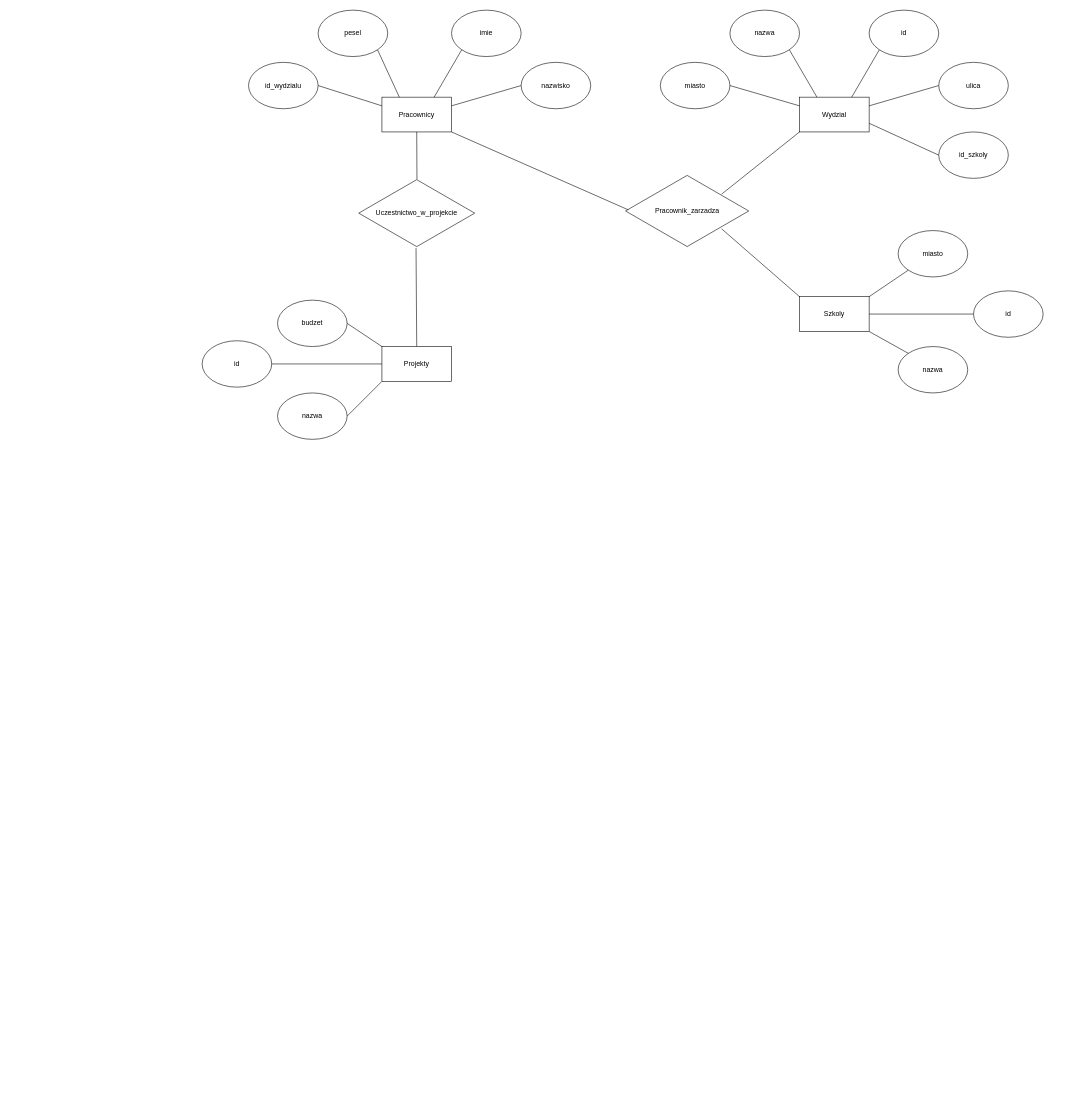
Before: page "Zadanie1" (1 of 4) of excersises/zad_7_ER.drawio in kinsin5/Wprowadzenie_do_baz_danych, a draw.io diagram. Source tidied: cells renumbered, new cells numbered last; positions are measured from the earlier drawing's top-left corner, leaving out a move shared by most shapes. Both pictures are drawn from the tidied source at 58%, with x=0, y=0 at pixel (202, 10).
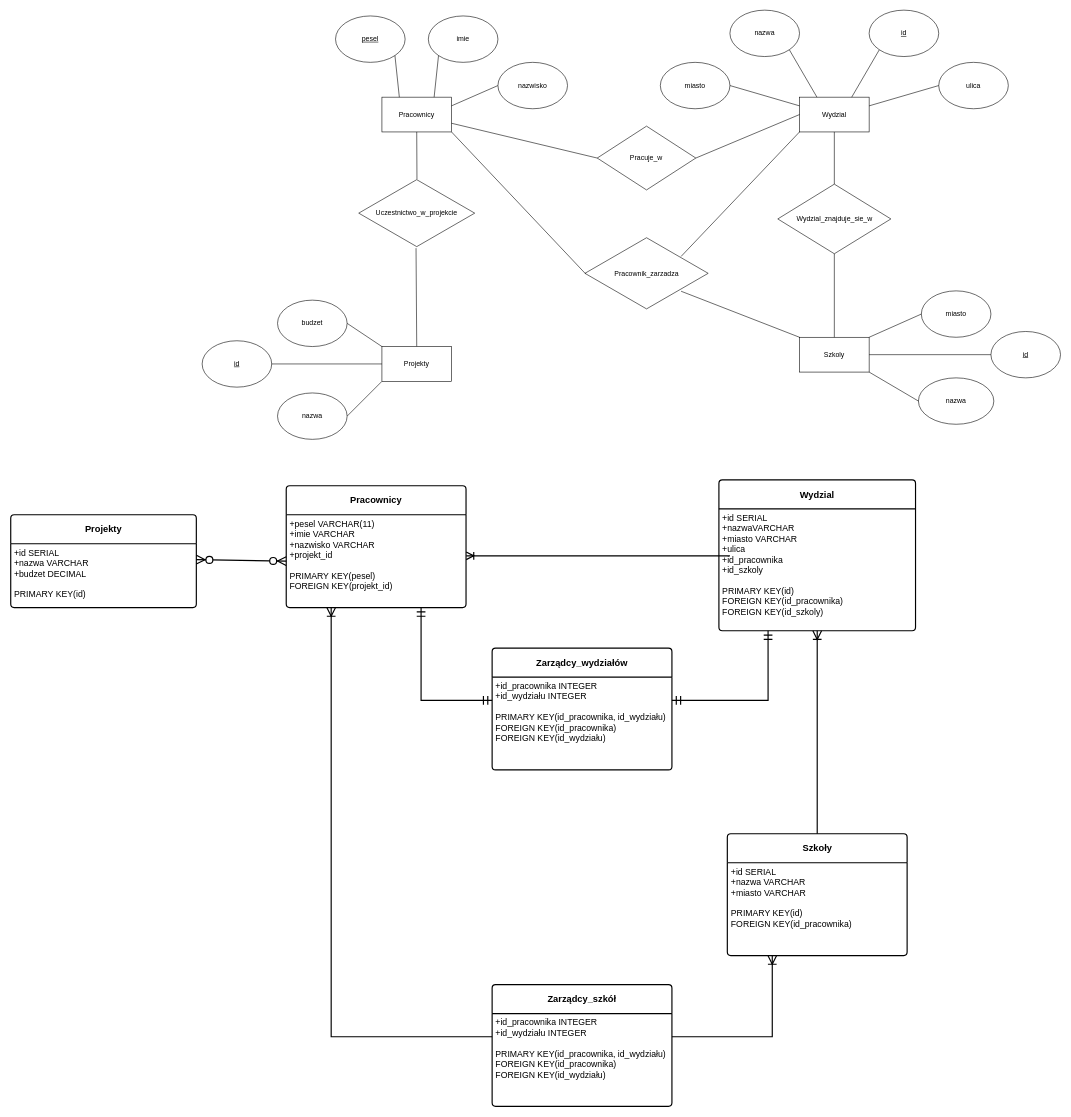
Above is the later version.

Unchanged cells that the change refers to:
```xml
<mxCell id="2" value="Pracownicy" style="rounded=0;whiteSpace=wrap;html=1;" parent="1" vertex="1">
  <mxGeometry x="310" y="150" width="120" height="60" as="geometry" />
</mxCell>
<mxCell id="11" value="Wydzial" style="rounded=0;whiteSpace=wrap;html=1;" parent="1" vertex="1">
  <mxGeometry x="1030" y="150" width="120" height="60" as="geometry" />
</mxCell>
```

The edit, as a diff of the source:
```diff
@@
-    <mxCell id="3" value="pesel" style="ellipse;whiteSpace=wrap;html=1;" parent="1" vertex="1">
-      <mxGeometry x="200" width="120" height="80" as="geometry" />
+    <mxCell id="3" value="&lt;u&gt;pesel&lt;/u&gt;" style="ellipse;whiteSpace=wrap;html=1;" parent="1" vertex="1">
+      <mxGeometry x="230" y="10" width="120" height="80" as="geometry" />
     </mxCell>
@@
     <mxCell id="5" value="imie" style="ellipse;whiteSpace=wrap;html=1;" parent="1" vertex="1">
-      <mxGeometry x="430" width="120" height="80" as="geometry" />
+      <mxGeometry x="390" y="10" width="120" height="80" as="geometry" />
     </mxCell>
@@
     <mxCell id="8" value="nazwisko" style="ellipse;whiteSpace=wrap;html=1;" parent="1" vertex="1">
-      <mxGeometry x="550" y="90" width="120" height="80" as="geometry" />
+      <mxGeometry x="510" y="90" width="120" height="80" as="geometry" />
     </mxCell>
-    <mxCell id="9" value="id_wydzialu" style="ellipse;whiteSpace=wrap;html=1;" parent="1" vertex="1">
-      <mxGeometry x="80" y="90" width="120" height="80" as="geometry" />
-    </mxCell>
-    <mxCell id="10" style="endArrow=none;html=1;rounded=0;entryX=1;entryY=0.5;entryDx=0;entryDy=0;exitX=0;exitY=0.25;exitDx=0;exitDy=0;" parent="1" edge="1" source="2" target="9">
-      <mxGeometry relative="1" as="geometry" />
-    </mxCell>
@@
-    <mxCell id="13" value="id" style="ellipse;whiteSpace=wrap;html=1;" parent="1" vertex="1">
+    <mxCell id="13" value="&lt;u&gt;id&lt;/u&gt;" style="ellipse;whiteSpace=wrap;html=1;" parent="1" vertex="1">
       <mxGeometry x="1150" width="120" height="80" as="geometry" />
     </mxCell>
@@
-    <mxCell id="20" value="id_szkoly" style="ellipse;whiteSpace=wrap;html=1;" parent="1" vertex="1">
-      <mxGeometry x="1270" y="210" width="120" height="80" as="geometry" />
-    </mxCell>
-    <mxCell id="21" style="endArrow=none;html=1;rounded=0;entryX=0;entryY=0.5;entryDx=0;entryDy=0;exitX=1;exitY=0.75;exitDx=0;exitDy=0;" parent="1" edge="1" source="11" target="20">
-      <mxGeometry relative="1" as="geometry" />
-    </mxCell>
@@
     <mxCell id="23" value="Szkoly" style="rounded=0;whiteSpace=wrap;html=1;" parent="1" vertex="1">
-      <mxGeometry x="1030" y="494" width="120" height="60" as="geometry" />
+      <mxGeometry x="1030" y="564" width="120" height="60" as="geometry" />
     </mxCell>
-    <mxCell id="24" value="id" style="ellipse;whiteSpace=wrap;html=1;" parent="1" vertex="1">
-      <mxGeometry x="1330" y="484" width="120" height="80" as="geometry" />
+    <mxCell id="24" value="&lt;u&gt;id&lt;/u&gt;" style="ellipse;whiteSpace=wrap;html=1;" parent="1" vertex="1">
+      <mxGeometry x="1360" y="554" width="120" height="80" as="geometry" />
     </mxCell>
     <mxCell id="25" value="miasto" style="ellipse;whiteSpace=wrap;html=1;" parent="1" vertex="1">
-      <mxGeometry x="1200" y="380" width="120" height="80" as="geometry" />
+      <mxGeometry x="1240" y="484" width="120" height="80" as="geometry" />
     </mxCell>
     <mxCell id="26" value="nazwa" style="ellipse;whiteSpace=wrap;html=1;" parent="1" vertex="1">
-      <mxGeometry x="1200" y="580" width="120" height="80" as="geometry" />
+      <mxGeometry x="1235" y="634" width="130" height="80" as="geometry" />
     </mxCell>
@@
-    <mxCell id="33" value="id" style="ellipse;whiteSpace=wrap;html=1;" parent="1" vertex="1">
+    <mxCell id="33" value="&lt;u&gt;id&lt;/u&gt;" style="ellipse;whiteSpace=wrap;html=1;" parent="1" vertex="1">
       <mxGeometry y="570" width="120" height="80" as="geometry" />
     </mxCell>
@@
     <mxCell id="36" value="Pracownik_zarzadza" style="html=1;whiteSpace=wrap;shape=isoRectangle;" parent="1" vertex="1">
-      <mxGeometry x="730" y="282.5" width="212.5" height="127.5" as="geometry" />
+      <mxGeometry x="660" y="390" width="212.5" height="127.5" as="geometry" />
     </mxCell>
@@
-    <mxCell id="39" style="endArrow=none;html=1;rounded=0;exitX=0;exitY=1;exitDx=0;exitDy=0;entryX=1;entryY=0;entryDx=0;entryDy=0;" parent="1" edge="1" source="25" target="23">
+    <mxCell id="39" style="endArrow=none;html=1;rounded=0;exitX=0;exitY=0.5;exitDx=0;exitDy=0;entryX=1;entryY=0;entryDx=0;entryDy=0;" parent="1" edge="1" source="25" target="23">
       <mxGeometry relative="1" as="geometry" />
     </mxCell>
-    <mxCell id="40" style="endArrow=none;html=1;rounded=0;exitX=1;exitY=1;exitDx=0;exitDy=0;entryX=0;entryY=0;entryDx=0;entryDy=0;" parent="1" edge="1" source="23" target="26">
+    <mxCell id="40" style="endArrow=none;html=1;rounded=0;exitX=1;exitY=1;exitDx=0;exitDy=0;entryX=0;entryY=0.5;entryDx=0;entryDy=0;" parent="1" edge="1" source="23" target="26">
       <mxGeometry relative="1" as="geometry" />
     </mxCell>
@@
-    <mxCell id="42" style="endArrow=none;html=1;rounded=0;entryX=1;entryY=1;entryDx=0;entryDy=0;exitX=0.024;exitY=0.486;exitDx=0;exitDy=0;exitPerimeter=0;" parent="1" edge="1" source="36" target="2">
+    <mxCell id="42" style="endArrow=none;html=1;rounded=0;entryX=1;entryY=1;entryDx=0;entryDy=0;exitX=0.005;exitY=0.506;exitDx=0;exitDy=0;exitPerimeter=0;" parent="1" edge="1" source="36" target="2">
       <mxGeometry relative="1" as="geometry" />
     </mxCell>
+    <mxCell id="43" value="&lt;b&gt;&lt;font style=&quot;font-size: 16px;&quot;&gt;Pracownicy&lt;/font&gt;&lt;/b&gt;" style="swimlane;horizontal=1;startSize=50;rounded=1;fontSize=14;fontStyle=0;strokeWidth=2;shadow=0;dashed=0;align=center;arcSize=4;whiteSpace=wrap;html=1;" parent="1" vertex="1">
+      <mxGeometry x="145" y="820" width="310" height="210" as="geometry" />
+    </mxCell>
+    <mxCell id="44" value="&lt;font style=&quot;font-size: 15px;&quot;&gt;+pesel VARCHAR(11)&amp;nbsp;&lt;br&gt;&lt;/font&gt;&lt;font style=&quot;font-size: 15px;&quot;&gt;+imie VARCHAR&lt;br&gt;&lt;/font&gt;&lt;font style=&quot;font-size: 15px;&quot;&gt;+nazwisko VARCHAR&lt;/font&gt;&lt;div&gt;&lt;font style=&quot;font-size: 15px;&quot;&gt;+projekt_id&amp;nbsp;&lt;/font&gt;&lt;/div&gt;&lt;div&gt;&lt;font style=&quot;font-size: 15px;&quot;&gt;&lt;br&gt;&lt;/font&gt;&lt;/div&gt;&lt;div&gt;&lt;font style=&quot;font-size: 15px;&quot;&gt;PRIMARY KEY(pesel)&lt;br&gt;&lt;/font&gt;&lt;/div&gt;&lt;div&gt;&lt;font style=&quot;font-size: 15px;&quot;&gt;FOREIGN KEY(projekt_id)&lt;/font&gt;&lt;/div&gt;&lt;div&gt;&lt;font style=&quot;font-size: 15px;&quot;&gt;&lt;br&gt;&lt;/font&gt;&lt;/div&gt;" style="align=left;strokeColor=none;fillColor=none;spacingLeft=4;fontSize=12;verticalAlign=top;html=1;" parent="43" vertex="1">
+      <mxGeometry y="50" width="310" height="160" as="geometry" />
+    </mxCell>
+    <mxCell id="45" value="&lt;b&gt;&lt;font style=&quot;font-size: 16px;&quot;&gt;Projekty&lt;/font&gt;&lt;/b&gt;" style="swimlane;horizontal=1;startSize=50;rounded=1;fontSize=14;fontStyle=0;strokeWidth=2;shadow=0;dashed=0;align=center;arcSize=4;whiteSpace=wrap;html=1;" parent="1" vertex="1">
+      <mxGeometry x="-330" y="870" width="320" height="160" as="geometry" />
+    </mxCell>
+    <mxCell id="46" value="&lt;font style=&quot;font-size: 15px;&quot;&gt;+id SERIAL&amp;nbsp;&lt;br&gt;&lt;/font&gt;&lt;font style=&quot;font-size: 15px;&quot;&gt;+nazwa VARCHAR&lt;br&gt;&lt;/font&gt;&lt;font style=&quot;font-size: 15px;&quot;&gt;+budzet DECIMAL&lt;/font&gt;&lt;div&gt;&lt;font style=&quot;font-size: 15px;&quot;&gt;&lt;br&gt;&lt;/font&gt;&lt;/div&gt;&lt;div&gt;&lt;font style=&quot;font-size: 15px;&quot;&gt;PRIMARY KEY(id)&lt;/font&gt;&lt;/div&gt;" style="align=left;strokeColor=none;fillColor=none;spacingLeft=4;fontSize=12;verticalAlign=top;html=1;" parent="45" vertex="1">
+      <mxGeometry y="50" width="320" height="110" as="geometry" />
+    </mxCell>
+    <mxCell id="47" style="fontSize=12;html=1;endArrow=ERzeroToMany;endFill=1;startArrow=ERzeroToMany;rounded=0;entryX=0;entryY=0.5;entryDx=0;entryDy=0;exitX=1;exitY=0.25;exitDx=0;exitDy=0;strokeWidth=2;endSize=12;startSize=12;" parent="1" edge="1" source="46" target="44">
+      <mxGeometry relative="1" as="geometry" />
+    </mxCell>
+    <mxCell id="48" value="&lt;b&gt;&lt;font style=&quot;font-size: 16px;&quot;&gt;Wydzial&lt;/font&gt;&lt;/b&gt;" style="swimlane;horizontal=1;startSize=50;rounded=1;fontSize=14;fontStyle=0;strokeWidth=2;shadow=0;dashed=0;align=center;arcSize=4;whiteSpace=wrap;html=1;" parent="1" vertex="1">
+      <mxGeometry x="891" y="810" width="339" height="260" as="geometry" />
+    </mxCell>
+    <mxCell id="49" value="&lt;font style=&quot;font-size: 15px;&quot;&gt;+id SERIAL&lt;br&gt;&lt;/font&gt;&lt;font style=&quot;font-size: 15px;&quot;&gt;+nazwaVARCHAR&lt;br&gt;&lt;/font&gt;&lt;font style=&quot;font-size: 15px;&quot;&gt;+miasto VARCHAR&lt;/font&gt;&lt;div&gt;&lt;font style=&quot;font-size: 15px;&quot;&gt;+ulica&lt;/font&gt;&lt;/div&gt;&lt;div&gt;&lt;font style=&quot;font-size: 15px;&quot;&gt;+id_pracownika&lt;/font&gt;&lt;/div&gt;&lt;div&gt;&lt;font style=&quot;font-size: 15px;&quot;&gt;+id_szkoly&lt;/font&gt;&lt;/div&gt;&lt;div&gt;&lt;font style=&quot;font-size: 15px;&quot;&gt;&lt;br&gt;&lt;/font&gt;&lt;/div&gt;&lt;div&gt;&lt;font style=&quot;font-size: 15px;&quot;&gt;PRIMARY KEY(id)&lt;br&gt;&lt;/font&gt;&lt;/div&gt;&lt;div&gt;&lt;font style=&quot;font-size: 15px;&quot;&gt;FOREIGN KEY(id_pracownika)&lt;/font&gt;&lt;/div&gt;&lt;div&gt;&lt;font style=&quot;font-size: 15px;&quot;&gt;FOREIGN KEY(id_szkoly)&lt;/font&gt;&lt;/div&gt;&lt;div&gt;&lt;font style=&quot;font-size: 15px;&quot;&gt;&lt;br&gt;&lt;/font&gt;&lt;/div&gt;" style="align=left;strokeColor=none;fillColor=none;spacingLeft=4;fontSize=12;verticalAlign=top;html=1;" parent="48" vertex="1">
+      <mxGeometry y="50" width="339" height="210" as="geometry" />
+    </mxCell>
+    <mxCell id="50" value="Wydzial_znajduje_sie_w" style="shape=rhombus;perimeter=rhombusPerimeter;whiteSpace=wrap;html=1;align=center;" parent="1" vertex="1">
+      <mxGeometry x="992.5" y="300" width="195" height="120" as="geometry" />
+    </mxCell>
+    <mxCell id="51" style="endArrow=none;html=1;rounded=0;entryX=0.5;entryY=1;entryDx=0;entryDy=0;exitX=0.5;exitY=0;exitDx=0;exitDy=0;" parent="1" edge="1" source="50" target="11">
+      <mxGeometry relative="1" as="geometry" />
+    </mxCell>
+    <mxCell id="52" style="endArrow=none;html=1;rounded=0;entryX=0.5;entryY=1;entryDx=0;entryDy=0;exitX=0.5;exitY=0;exitDx=0;exitDy=0;" parent="1" edge="1" source="23" target="50">
+      <mxGeometry relative="1" as="geometry" />
+    </mxCell>
+    <mxCell id="53" value="Pracuje_w" style="shape=rhombus;perimeter=rhombusPerimeter;whiteSpace=wrap;html=1;align=center;" parent="1" vertex="1">
+      <mxGeometry x="681.2" y="200" width="170" height="110" as="geometry" />
+    </mxCell>
+    <mxCell id="54" style="endArrow=none;html=1;rounded=0;entryX=1;entryY=0.75;entryDx=0;entryDy=0;exitX=0;exitY=0.5;exitDx=0;exitDy=0;" parent="1" edge="1" source="53" target="2">
+      <mxGeometry relative="1" as="geometry" />
+    </mxCell>
+    <mxCell id="55" style="endArrow=none;html=1;rounded=0;entryX=1;entryY=0.5;entryDx=0;entryDy=0;exitX=0;exitY=0.5;exitDx=0;exitDy=0;" parent="1" edge="1" source="11" target="53">
+      <mxGeometry relative="1" as="geometry" />
+    </mxCell>
+    <mxCell id="56" style="edgeStyle=entityRelationEdgeStyle;fontSize=12;html=1;endArrow=ERoneToMany;rounded=0;entryX=1.001;entryY=0.443;entryDx=0;entryDy=0;entryPerimeter=0;strokeWidth=2;endSize=10;startSize=10;" parent="1" edge="1" target="44">
+      <mxGeometry relative="1" as="geometry">
+        <mxPoint x="880" y="941" as="sourcePoint" />
+      </mxGeometry>
+    </mxCell>
+    <mxCell id="57" value="&lt;font style=&quot;font-size: 16px;&quot;&gt;&lt;b&gt;Zarządcy_wydziałów&lt;/b&gt;&lt;/font&gt;" style="swimlane;horizontal=1;startSize=50;rounded=1;fontSize=14;fontStyle=0;strokeWidth=2;shadow=0;dashed=0;align=center;arcSize=4;whiteSpace=wrap;html=1;" parent="1" vertex="1">
+      <mxGeometry x="500" y="1100" width="310" height="210" as="geometry" />
+    </mxCell>
+    <mxCell id="58" value="&lt;font style=&quot;font-size: 15px;&quot;&gt;+id_pracownika INTEGER&lt;br&gt;&lt;/font&gt;&lt;span style=&quot;font-size: 15px;&quot;&gt;+id_wydziału INTEGER&lt;/span&gt;&lt;br&gt;&lt;div&gt;&lt;font style=&quot;font-size: 15px;&quot;&gt;&lt;br&gt;&lt;/font&gt;&lt;/div&gt;&lt;div&gt;&lt;font style=&quot;font-size: 15px;&quot;&gt;PRIMARY KEY(id_pracownika, id_wydziału)&lt;br&gt;&lt;/font&gt;&lt;/div&gt;&lt;div&gt;&lt;font style=&quot;font-size: 15px;&quot;&gt;FOREIGN KEY(id_pracownika)&lt;/font&gt;&lt;/div&gt;&lt;div&gt;&lt;font style=&quot;font-size: 15px;&quot;&gt;FOREIGN KEY(id_wydziału)&lt;/font&gt;&lt;/div&gt;" style="align=left;strokeColor=none;fillColor=none;spacingLeft=4;fontSize=12;verticalAlign=top;html=1;" parent="57" vertex="1">
+      <mxGeometry y="50" width="310" height="160" as="geometry" />
+    </mxCell>
+    <mxCell id="59" value="&lt;font style=&quot;font-size: 16px;&quot;&gt;&lt;b&gt;Zarządcy_szkół&lt;/b&gt;&lt;/font&gt;" style="swimlane;horizontal=1;startSize=50;rounded=1;fontSize=14;fontStyle=0;strokeWidth=2;shadow=0;dashed=0;align=center;arcSize=4;whiteSpace=wrap;html=1;" parent="1" vertex="1">
+      <mxGeometry x="500" y="1680" width="310" height="210" as="geometry" />
+    </mxCell>
+    <mxCell id="60" value="&lt;font style=&quot;font-size: 15px;&quot;&gt;+id_pracownika INTEGER&lt;br&gt;&lt;/font&gt;&lt;span style=&quot;font-size: 15px;&quot;&gt;+id_wydziału INTEGER&lt;/span&gt;&lt;br&gt;&lt;div&gt;&lt;font style=&quot;font-size: 15px;&quot;&gt;&lt;br&gt;&lt;/font&gt;&lt;/div&gt;&lt;div&gt;&lt;font style=&quot;font-size: 15px;&quot;&gt;PRIMARY KEY(id_pracownika, id_wydziału)&lt;br&gt;&lt;/font&gt;&lt;/div&gt;&lt;div&gt;&lt;font style=&quot;font-size: 15px;&quot;&gt;FOREIGN KEY(id_pracownika)&lt;/font&gt;&lt;/div&gt;&lt;div&gt;&lt;font style=&quot;font-size: 15px;&quot;&gt;FOREIGN KEY(id_wydziału)&lt;/font&gt;&lt;/div&gt;" style="align=left;strokeColor=none;fillColor=none;spacingLeft=4;fontSize=12;verticalAlign=top;html=1;" parent="59" vertex="1">
+      <mxGeometry y="50" width="310" height="160" as="geometry" />
+    </mxCell>
+    <mxCell id="61" value="&lt;b&gt;&lt;font style=&quot;font-size: 16px;&quot;&gt;Szkoły&lt;/font&gt;&lt;/b&gt;" style="swimlane;horizontal=1;startSize=50;rounded=1;fontSize=14;fontStyle=0;strokeWidth=2;shadow=0;dashed=0;align=center;arcSize=4;whiteSpace=wrap;html=1;" parent="1" vertex="1">
+      <mxGeometry x="905.5" y="1420" width="310" height="210" as="geometry" />
+    </mxCell>
+    <mxCell id="62" value="&lt;font style=&quot;font-size: 15px;&quot;&gt;+id SERIAL&lt;br&gt;&lt;/font&gt;&lt;font style=&quot;font-size: 15px;&quot;&gt;+nazwa VARCHAR&lt;br&gt;&lt;/font&gt;&lt;font style=&quot;font-size: 15px;&quot;&gt;+miasto VARCHAR&lt;/font&gt;&lt;div&gt;&lt;font style=&quot;font-size: 15px;&quot;&gt;&lt;br&gt;&lt;/font&gt;&lt;/div&gt;&lt;div&gt;&lt;font style=&quot;font-size: 15px;&quot;&gt;PRIMARY KEY(id)&lt;br&gt;&lt;/font&gt;&lt;/div&gt;&lt;div&gt;&lt;font style=&quot;font-size: 15px;&quot;&gt;FOREIGN KEY(id_pracownika)&lt;/font&gt;&lt;/div&gt;&lt;div&gt;&lt;font style=&quot;font-size: 15px;&quot;&gt;&lt;br&gt;&lt;/font&gt;&lt;/div&gt;" style="align=left;strokeColor=none;fillColor=none;spacingLeft=4;fontSize=12;verticalAlign=top;html=1;" parent="61" vertex="1">
+      <mxGeometry y="50" width="310" height="160" as="geometry" />
+    </mxCell>
+    <mxCell id="63" style="edgeStyle=orthogonalEdgeStyle;fontSize=12;html=1;endArrow=ERoneToMany;rounded=0;entryX=0.5;entryY=1;entryDx=0;entryDy=0;exitX=0.5;exitY=0;exitDx=0;exitDy=0;strokeWidth=2;endSize=12;startSize=12;" parent="1" edge="1" source="61" target="49">
+      <mxGeometry relative="1" as="geometry" />
+    </mxCell>
+    <mxCell id="64" style="edgeStyle=orthogonalEdgeStyle;fontSize=12;html=1;endArrow=ERoneToMany;rounded=0;exitX=1;exitY=0.25;exitDx=0;exitDy=0;entryX=0.25;entryY=1;entryDx=0;entryDy=0;strokeWidth=2;endSize=12;startSize=12;" parent="1" edge="1" source="60" target="62">
+      <mxGeometry relative="1" as="geometry" />
+    </mxCell>
+    <mxCell id="65" style="edgeStyle=orthogonalEdgeStyle;fontSize=12;html=1;endArrow=ERoneToMany;rounded=0;exitX=0;exitY=0.25;exitDx=0;exitDy=0;entryX=0.25;entryY=1;entryDx=0;entryDy=0;strokeWidth=2;endSize=12;startSize=12;" parent="1" edge="1" source="60" target="44">
+      <mxGeometry relative="1" as="geometry" />
+    </mxCell>
+    <mxCell id="66" style="edgeStyle=orthogonalEdgeStyle;fontSize=12;html=1;endArrow=ERmandOne;startArrow=ERmandOne;rounded=0;strokeColor=none;endSize=11;strokeWidth=2;startSize=12;" parent="1" edge="1">
+      <mxGeometry relative="1" as="geometry">
+        <mxPoint x="470" y="1240" as="sourcePoint" />
+        <mxPoint x="570" y="1140" as="targetPoint" />
+      </mxGeometry>
+    </mxCell>
+    <mxCell id="67" style="edgeStyle=orthogonalEdgeStyle;fontSize=12;html=1;endArrow=ERmandOne;startArrow=ERmandOne;rounded=0;strokeWidth=2;endSize=12;startSize=12;entryX=0.75;entryY=1;entryDx=0;entryDy=0;exitX=0;exitY=0.25;exitDx=0;exitDy=0;" parent="1" edge="1" source="58" target="43">
+      <mxGeometry relative="1" as="geometry" />
+    </mxCell>
+    <mxCell id="68" style="edgeStyle=orthogonalEdgeStyle;fontSize=12;html=1;endArrow=ERmandOne;startArrow=ERmandOne;rounded=0;strokeWidth=2;endSize=12;startSize=12;entryX=1;entryY=0.25;entryDx=0;entryDy=0;exitX=0.25;exitY=1;exitDx=0;exitDy=0;" parent="1" edge="1" source="48" target="58">
+      <mxGeometry relative="1" as="geometry" />
+    </mxCell>
```
